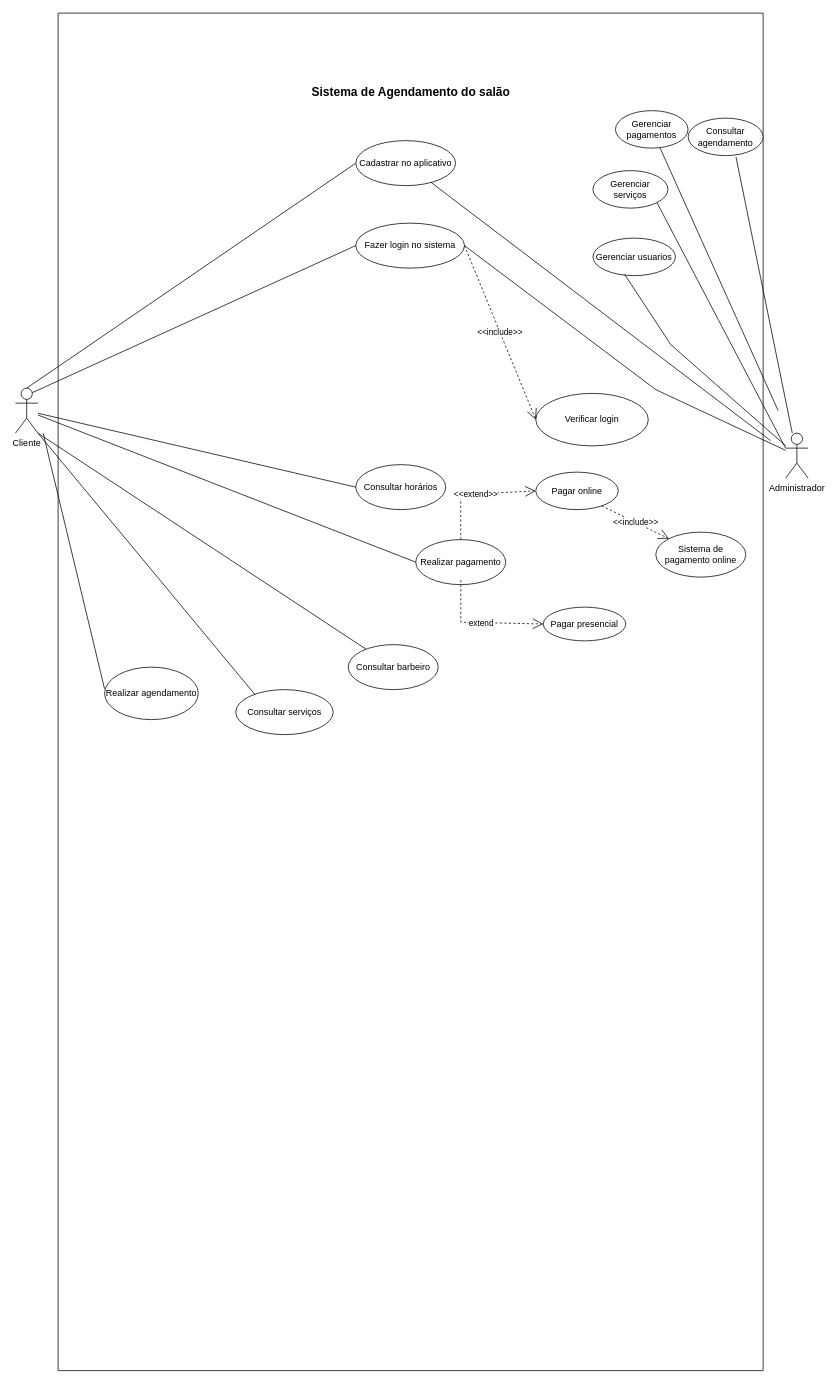
Earlier version of the draw.io diagram Casos de uso.drawio (devWellRich/iCut). Source tidied: cells renumbered, new cells numbered last; positions are measured from the earlier drawing's top-left corner, leaving out a move shared by most shapes. Both pictures are drawn from the tidied source at 75%, with x=0, y=0 at pixel (15, 13).
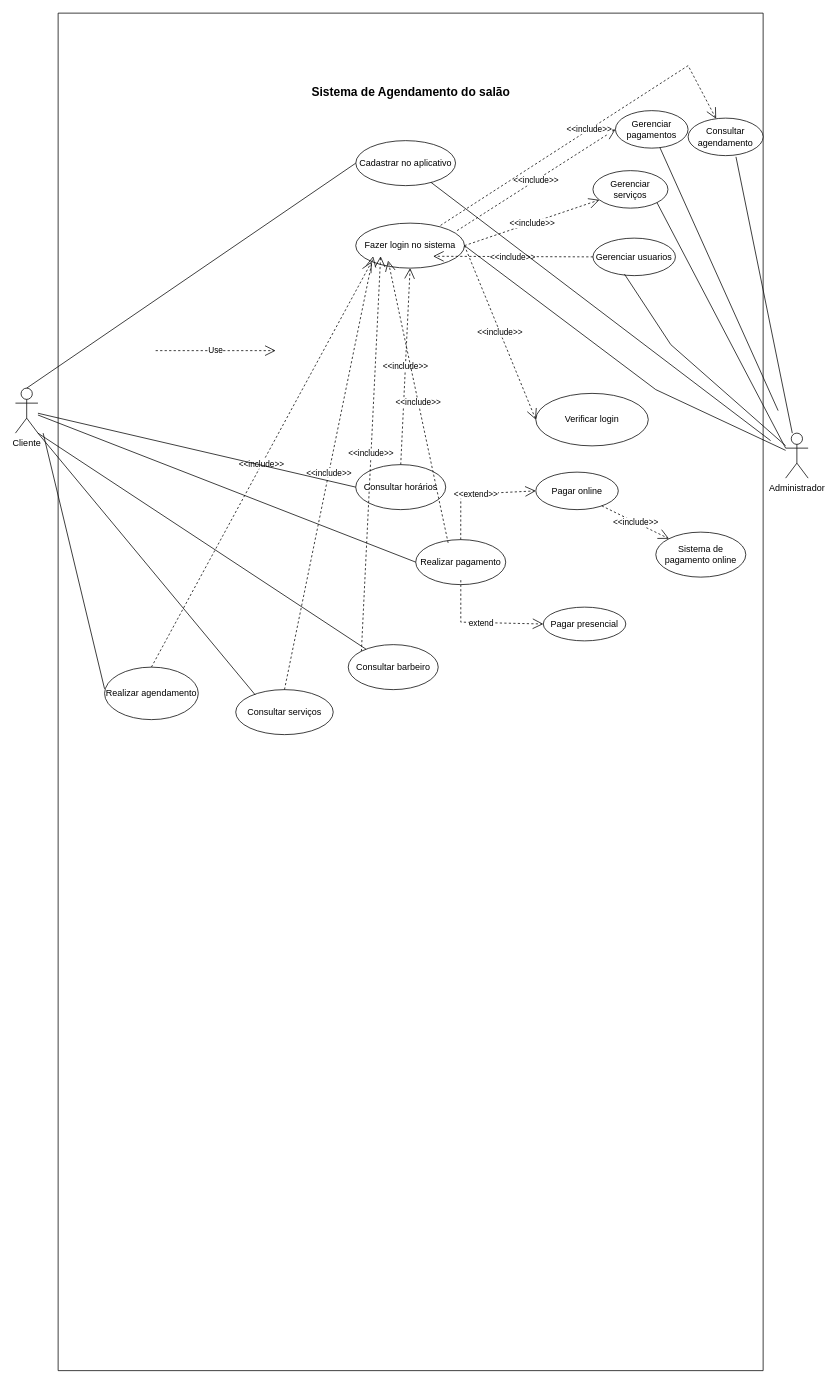
Above is the later version.

The change refers to these unchanged cells:
```xml
<mxCell id="2" value="Cliente" style="shape=umlActor;verticalLabelPosition=bottom;verticalAlign=top;html=1;outlineConnect=0;" parent="1" vertex="1">
  <mxGeometry x="0.1" y="500" width="30" height="60" as="geometry" />
</mxCell>
<mxCell id="5" style="swimlane;startSize=0;" parent="1" vertex="1">
  <mxGeometry x="57" width="940" height="1810" as="geometry" />
</mxCell>
<mxCell id="7" value="Realizar pagamento" style="ellipse;whiteSpace=wrap;html=1;" parent="5" vertex="1">
  <mxGeometry x="476.8" y="702" width="120" height="60" as="geometry" />
</mxCell>
<mxCell id="12" value="Realizar agendamento" style="ellipse;whiteSpace=wrap;html=1;" parent="5" vertex="1">
  <mxGeometry x="61.9" y="872" width="125" height="70" as="geometry" />
</mxCell>
<mxCell id="13" value="Consultar serviços" style="ellipse;whiteSpace=wrap;html=1;" parent="5" vertex="1">
  <mxGeometry x="236.8" y="902" width="130" height="60" as="geometry" />
</mxCell>
<mxCell id="14" value="Consultar barbeiro" style="ellipse;whiteSpace=wrap;html=1;" parent="5" vertex="1">
  <mxGeometry x="386.8" y="842" width="120" height="60" as="geometry" />
</mxCell>
<mxCell id="15" value="Consultar horários" style="ellipse;whiteSpace=wrap;html=1;" parent="5" vertex="1">
  <mxGeometry x="396.8" y="602" width="120" height="60" as="geometry" />
</mxCell>
<mxCell id="18" value="Consultar agendamento" style="ellipse;whiteSpace=wrap;html=1;" parent="5" vertex="1">
  <mxGeometry x="840" y="140" width="100" height="50" as="geometry" />
</mxCell>
<mxCell id="19" value="Gerenciar serviços" style="ellipse;whiteSpace=wrap;html=1;" parent="5" vertex="1">
  <mxGeometry x="713.1" y="210" width="100" height="50" as="geometry" />
</mxCell>
<mxCell id="20" value="Gerenciar usuarios" style="ellipse;whiteSpace=wrap;html=1;" parent="5" vertex="1">
  <mxGeometry x="713.1" y="300" width="110" height="50" as="geometry" />
</mxCell>
<mxCell id="23" value="Fazer login no sistema" style="ellipse;whiteSpace=wrap;html=1;" parent="5" vertex="1">
  <mxGeometry x="396.8" y="280" width="145" height="60" as="geometry" />
</mxCell>
<mxCell id="25" value="Gerenciar pagamentos" style="ellipse;whiteSpace=wrap;html=1;" parent="5" vertex="1">
  <mxGeometry x="743.1" y="130" width="96.8" height="50" as="geometry" />
</mxCell>
```

What changed in the source:
```diff
@@
-    <mxCell id="26" style="endArrow=none;html=1;rounded=0;entryX=0;entryY=0.5;entryDx=0;entryDy=0;exitX=0.75;exitY=0.1;exitDx=0;exitDy=0;exitPerimeter=0;" parent="1" edge="1" source="2" target="23">
-      <mxGeometry relative="1" as="geometry" />
-    </mxCell>
+    <mxCell id="38" value="&amp;lt;&amp;lt;include&amp;gt;&amp;gt;" style="endArrow=open;endSize=12;dashed=1;html=1;rounded=0;exitX=0.5;exitY=0;exitDx=0;exitDy=0;entryX=0.5;entryY=1;entryDx=0;entryDy=0;" parent="5" edge="1" source="15" target="23">
+      <mxGeometry relative="1" as="geometry" />
+    </mxCell>
+    <mxCell id="39" value="&amp;lt;&amp;lt;include&amp;gt;&amp;gt;" style="endArrow=open;endSize=12;dashed=1;html=1;rounded=0;exitX=0.36;exitY=0.072;exitDx=0;exitDy=0;exitPerimeter=0;" parent="5" edge="1" source="7">
+      <mxGeometry relative="1" as="geometry">
+        <mxPoint x="440" y="330" as="targetPoint" />
+      </mxGeometry>
+    </mxCell>
+    <mxCell id="40" value="&amp;lt;&amp;lt;include&amp;gt;&amp;gt;" style="endArrow=open;endSize=12;dashed=1;html=1;rounded=0;exitX=0;exitY=0;exitDx=0;exitDy=0;" parent="5" edge="1" source="14">
+      <mxGeometry relative="1" as="geometry">
+        <mxPoint x="430" y="324.2" as="targetPoint" />
+      </mxGeometry>
+    </mxCell>
+    <mxCell id="41" value="&amp;lt;&amp;lt;include&amp;gt;&amp;gt;" style="endArrow=open;endSize=12;dashed=1;html=1;rounded=0;exitX=0.5;exitY=0;exitDx=0;exitDy=0;" parent="5" edge="1" source="13">
+      <mxGeometry relative="1" as="geometry">
+        <mxPoint x="420" y="324.2" as="targetPoint" />
+      </mxGeometry>
+    </mxCell>
+    <mxCell id="42" value="&amp;lt;&amp;lt;include&amp;gt;&amp;gt;" style="endArrow=open;endSize=12;dashed=1;html=1;rounded=0;entryX=0;entryY=1;entryDx=0;entryDy=0;exitX=0.5;exitY=0;exitDx=0;exitDy=0;" parent="5" edge="1" source="12" target="23">
+      <mxGeometry relative="1" as="geometry" />
+    </mxCell>
+    <mxCell id="43" value="&amp;lt;&amp;lt;include&amp;gt;&amp;gt;" style="endArrow=open;endSize=12;dashed=1;html=1;rounded=0;" parent="5" edge="1" source="20">
+      <mxGeometry relative="1" as="geometry">
+        <mxPoint x="500" y="324.2" as="targetPoint" />
+      </mxGeometry>
+    </mxCell>
+    <mxCell id="44" value="&amp;lt;&amp;lt;include&amp;gt;&amp;gt;" style="endArrow=open;endSize=12;dashed=1;html=1;rounded=0;exitX=1;exitY=0.5;exitDx=0;exitDy=0;" parent="5" edge="1" source="23" target="19">
+      <mxGeometry relative="1" as="geometry" />
+    </mxCell>
+    <mxCell id="45" value="&amp;lt;&amp;lt;include&amp;gt;&amp;gt;" style="endArrow=open;endSize=12;dashed=1;html=1;rounded=0;entryX=0;entryY=0.5;entryDx=0;entryDy=0;exitX=0.932;exitY=0.167;exitDx=0;exitDy=0;exitPerimeter=0;" parent="5" edge="1" source="23" target="25">
+      <mxGeometry relative="1" as="geometry" />
+    </mxCell>
+    <mxCell id="46" value="&amp;lt;&amp;lt;include&amp;gt;&amp;gt;" style="endArrow=open;endSize=12;dashed=1;html=1;rounded=0;exitX=0.78;exitY=0.05;exitDx=0;exitDy=0;exitPerimeter=0;" parent="5" edge="1" source="23" target="18">
+      <mxGeometry relative="1" as="geometry">
+        <Array as="points">
+          <mxPoint x="840" y="70" />
+        </Array>
+      </mxGeometry>
+    </mxCell>
@@
+    <mxCell id="47" value="Use" style="endArrow=open;endSize=12;dashed=1;html=1;rounded=0;" parent="1" edge="1">
+      <mxGeometry relative="1" as="geometry">
+        <mxPoint x="187" y="450" as="sourcePoint" />
+        <mxPoint x="347" y="450" as="targetPoint" />
+      </mxGeometry>
+    </mxCell>
```
